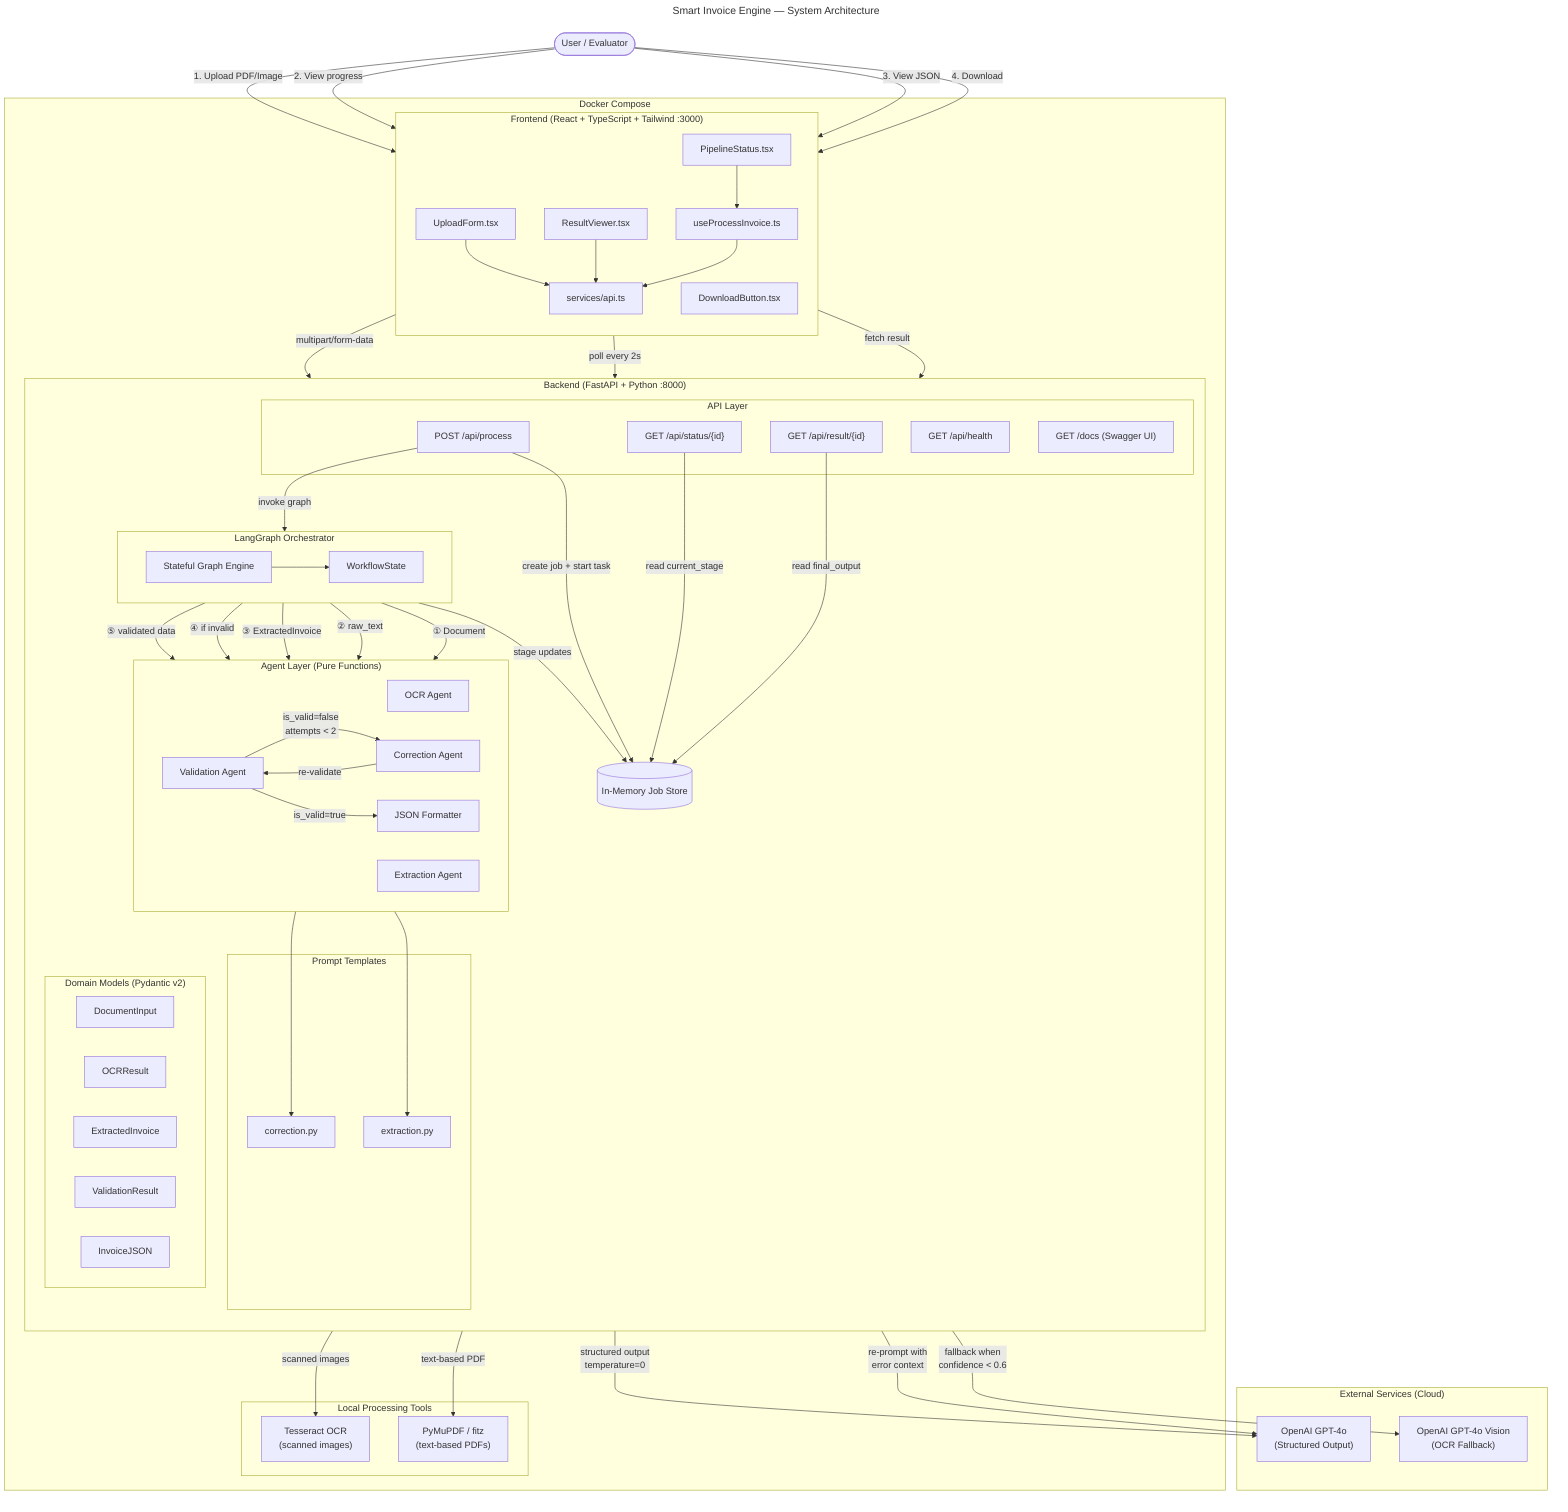
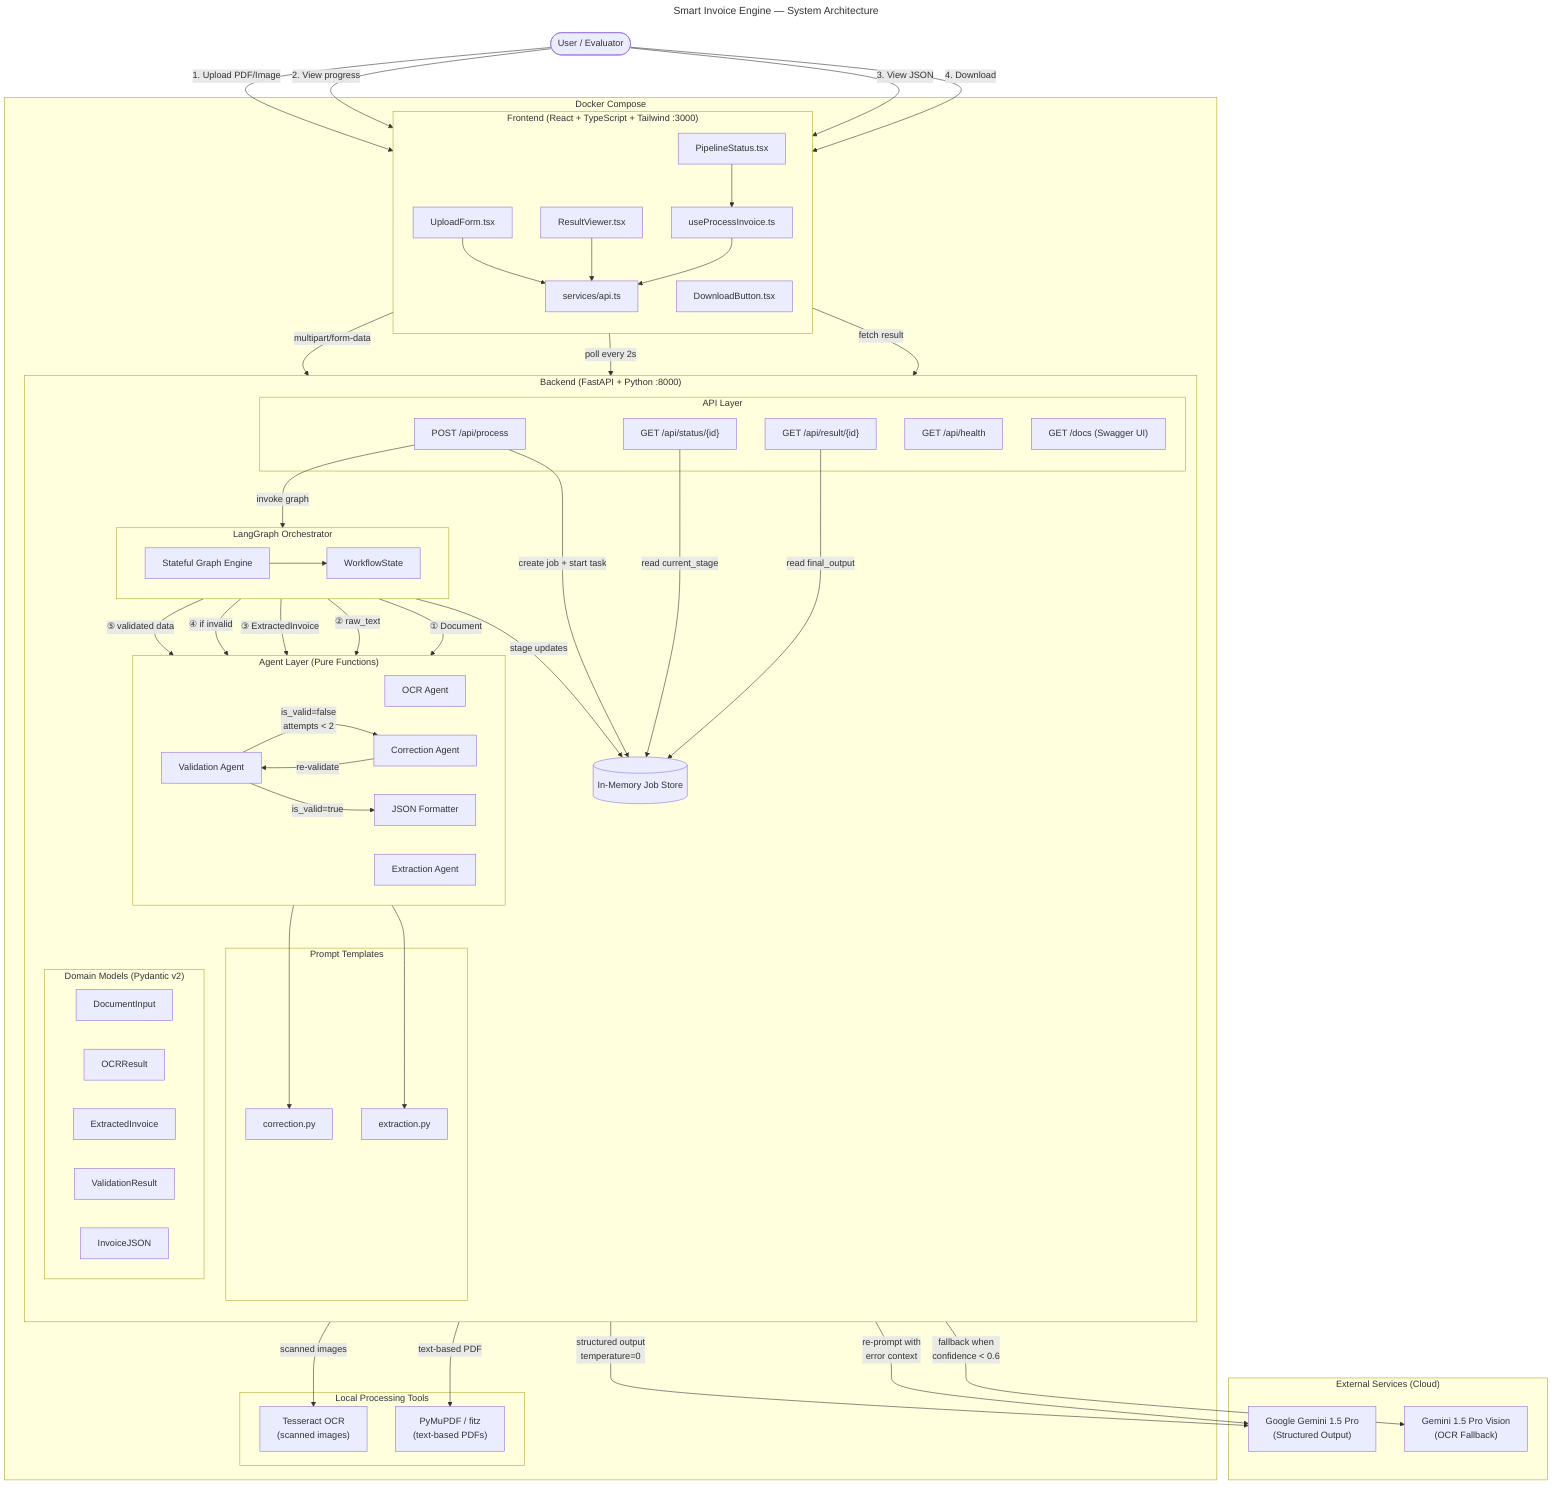
---
title: Smart Invoice Engine — System Architecture
---
graph TB
    %% ===== USER =====
    USER([User / Evaluator])

    %% ===== FRONTEND =====
    subgraph FRONTEND["Frontend (React + TypeScript + Tailwind :3000)"]
        direction TB
        UF[UploadForm.tsx]
        PS[PipelineStatus.tsx]
        RV[ResultViewer.tsx]
        DL[DownloadButton.tsx]
        SVC[services/api.ts]
        HOOK[useProcessInvoice.ts]
    end

    %% ===== BACKEND =====
    subgraph BACKEND["Backend (FastAPI + Python :8000)"]
        direction TB

        subgraph API_LAYER["API Layer"]
            EP1["POST /api/process"]
            EP2["GET /api/status/{id}"]
            EP3["GET /api/result/{id}"]
            HEALTH["GET /api/health"]
            SWAGGER["GET /docs (Swagger UI)"]
        end

        JOBS[("In-Memory Job Store")]

        subgraph ORCH["LangGraph Orchestrator"]
            direction LR
            STATE["WorkflowState"]
            GRAPH["Stateful Graph Engine"]
        end

        subgraph AGENTS["Agent Layer (Pure Functions)"]
            direction LR
            OCR["OCR Agent"]
            EXT["Extraction Agent"]
            VAL["Validation Agent"]
            COR["Correction Agent"]
            FMT["JSON Formatter"]
        end

        subgraph PROMPTS["Prompt Templates"]
            P_EXT["extraction.py"]
            P_COR["correction.py"]
        end

        subgraph MODELS["Domain Models (Pydantic v2)"]
            M_DOC["DocumentInput"]
            M_OCR["OCRResult"]
            M_INV["ExtractedInvoice"]
            M_VAL["ValidationResult"]
            M_JSON["InvoiceJSON"]
        end
    end

    %% ===== EXTERNAL SERVICES =====
    subgraph EXTERNAL["External Services (Cloud)"]
-         GPT4O["OpenAI GPT-4o\n(Structured Output)"]
-         GPT4OV["OpenAI GPT-4o Vision\n(OCR Fallback)"]
+         GPT4O["Google Gemini 1.5 Pro\n(Structured Output)"]
+         GPT4OV["Gemini 1.5 Pro Vision\n(OCR Fallback)"]
    end

    %% ===== LOCAL TOOLS =====
    subgraph LOCAL["Local Processing Tools"]
        TESS["Tesseract OCR\n(scanned images)"]
        PYMUPDF["PyMuPDF / fitz\n(text-based PDFs)"]
    end

    %% ===== DOCKER BOUNDARY =====
    subgraph DOCKER["Docker Compose"]
        FRONTEND
        BACKEND
        LOCAL
    end

    %% ===== USER CONNECTIONS =====
    USER -->|"1. Upload PDF/Image"| UF
    USER -->|"2. View progress"| PS
    USER -->|"3. View JSON"| RV
    USER -->|"4. Download"| DL

    %% ===== FRONTEND INTERNAL =====
    UF --> SVC
    PS --> HOOK
    RV --> SVC
    HOOK --> SVC

    %% ===== FRONTEND → BACKEND =====
    SVC -->|"multipart/form-data"| EP1
    SVC -->|"poll every 2s"| EP2
    SVC -->|"fetch result"| EP3

    %% ===== API → ORCHESTRATOR =====
    EP1 -->|"create job + start task"| JOBS
    EP1 -->|"invoke graph"| GRAPH
    EP2 -->|"read current_stage"| JOBS
    EP3 -->|"read final_output"| JOBS

    %% ===== ORCHESTRATOR → AGENTS (numbered sequence) =====
    GRAPH -->|"① Document"| OCR
    GRAPH -->|"② raw_text"| EXT
    GRAPH -->|"③ ExtractedInvoice"| VAL
    GRAPH -->|"④ if invalid"| COR
    GRAPH -->|"⑤ validated data"| FMT

    %% ===== CONDITIONAL LOOP =====
    VAL -->|"is_valid=false\nattempts < 2"| COR
    COR -->|"re-validate"| VAL
    VAL -->|"is_valid=true"| FMT

    %% ===== AGENTS → EXTERNAL =====
    EXT -->|"structured output\ntemperature=0"| GPT4O
    COR -->|"re-prompt with\nerror context"| GPT4O
    OCR -->|"fallback when\nconfidence < 0.6"| GPT4OV

    %% ===== AGENTS → LOCAL =====
    OCR -->|"scanned images"| TESS
    OCR -->|"text-based PDF"| PYMUPDF

    %% ===== AGENTS → PROMPTS =====
    EXT --> P_EXT
    COR --> P_COR

    %% ===== STATE FLOW =====
    GRAPH --> STATE
    STATE -->|"stage updates"| JOBS
